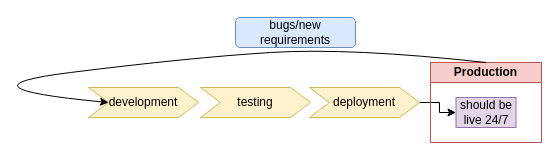
Before: page "Page-2" (2 of 3) of Untitled Diagram.drawio in prabhupad26/100daysofML, a draw.io diagram. Source tidied: cells renumbered, new cells numbered last; positions are measured from the earlier drawing's top-left corner, leaving out a move shared by most shapes. Both pictures are drawn from the tidied source at 100%, with x=0, y=0 at pixel (-50, 17).
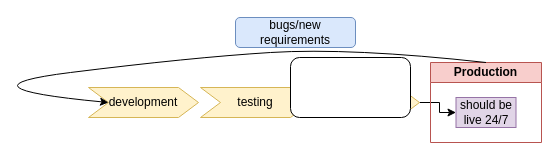
The same page after the edit.

The edit, as a diff of the source:
```diff
@@
 <mxGraphModel>
   <root>
     <mxCell id="0" />
     <mxCell id="1" parent="0" />
     <mxCell id="2" value="bugs/new requirements" style="rounded=1;whiteSpace=wrap;html=1;fillColor=#dae8fc;strokeColor=#6c8ebf;" parent="1" vertex="1">
       <mxGeometry x="285" width="120" height="30" as="geometry" />
     </mxCell>
     <mxCell id="3" style="edgeStyle=orthogonalEdgeStyle;rounded=0;jettySize=auto;html=1;" parent="1" edge="1" source="4" target="7">
       <mxGeometry relative="1" as="geometry" />
     </mxCell>
     <mxCell id="4" value="deployment" style="shape=step;perimeter=stepPerimeter;whiteSpace=wrap;html=1;fixedSize=1;fillColor=#fff2cc;strokeColor=#d6b656;" parent="1" vertex="1">
       <mxGeometry x="359" y="70" width="110" height="30" as="geometry" />
     </mxCell>
     <mxCell id="5" value="development" style="shape=step;perimeter=stepPerimeter;whiteSpace=wrap;html=1;fixedSize=1;fillColor=#fff2cc;strokeColor=#d6b656;" parent="1" vertex="1">
       <mxGeometry x="138" y="70" width="110" height="30" as="geometry" />
     </mxCell>
     <mxCell id="6" value="Production" style="swimlane;whiteSpace=wrap;html=1;startSize=20;fillColor=#f8cecc;strokeColor=#b85450;" parent="1" vertex="1">
       <mxGeometry x="480" y="45" width="111" height="80" as="geometry" />
     </mxCell>
     <mxCell id="7" value="should be live 24/7" style="text;html=1;strokeColor=#9673a6;fillColor=#e1d5e7;align=center;verticalAlign=middle;whiteSpace=wrap;rounded=0;" parent="6" vertex="1">
       <mxGeometry x="25.5" y="35" width="60" height="30" as="geometry" />
     </mxCell>
     <mxCell id="8" style="curved=1;endArrow=classic;html=1;rounded=0;exitX=0.5;exitY=0;exitDx=0;exitDy=0;entryX=0;entryY=0.5;entryDx=0;entryDy=0;" parent="1" edge="1" source="6" target="5">
       <mxGeometry relative="1" as="geometry">
         <Array as="points">
           <mxPoint x="400" y="30" />
           <mxPoint x="240" y="40" />
           <mxPoint y="70" />
         </Array>
       </mxGeometry>
     </mxCell>
     <mxCell id="9" value="testing" style="shape=step;perimeter=stepPerimeter;whiteSpace=wrap;html=1;fixedSize=1;fillColor=#fff2cc;strokeColor=#d6b656;" parent="1" vertex="1">
       <mxGeometry x="250" y="70" width="110" height="30" as="geometry" />
     </mxCell>
+    <mxCell id="10" style="rounded=1;whiteSpace=wrap;html=1;" parent="1" vertex="1">
+      <mxGeometry x="340" y="40" width="120" height="60" as="geometry" />
+    </mxCell>
   </root>
 </mxGraphModel>
```
